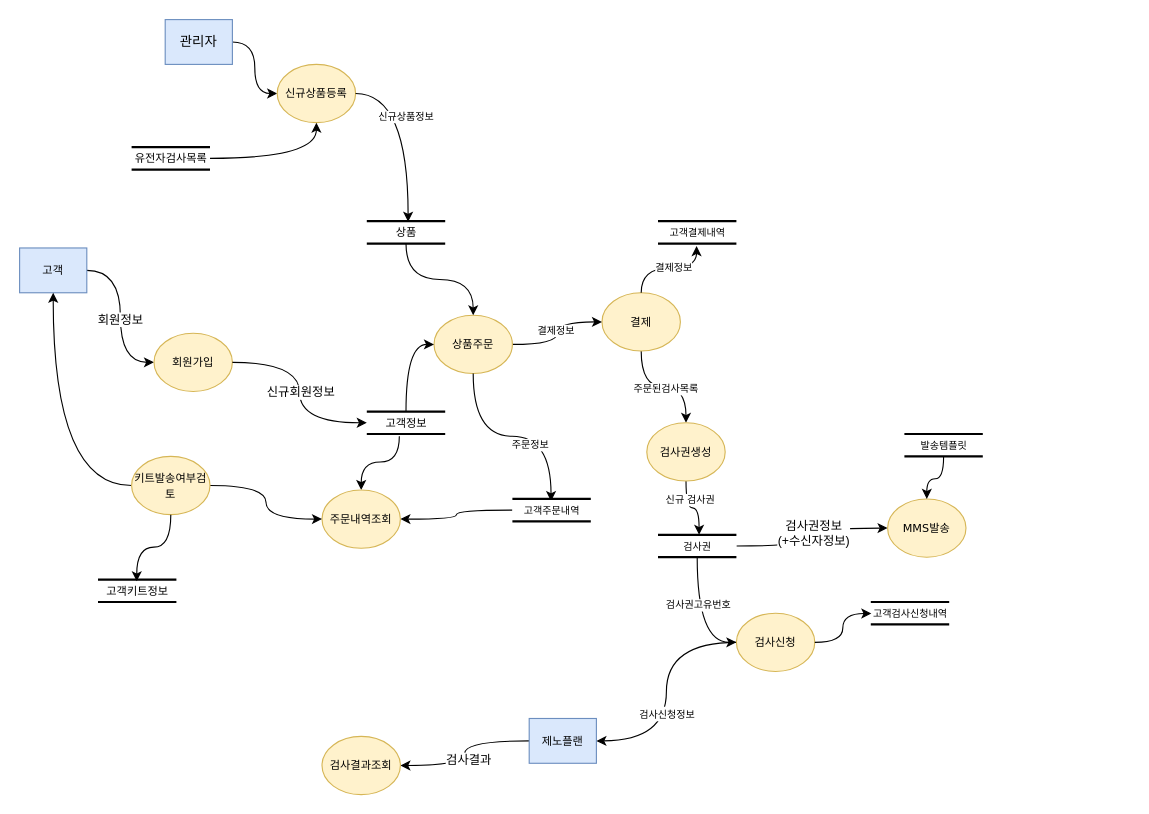
Before: DFD_제노플랜.drawio in k3srpn/Architecture, a draw.io diagram. Source tidied: cells renumbered, new cells numbered last; positions are measured from the earlier drawing's top-left corner, leaving out a move shared by most shapes. Both pictures are drawn from the tidied source at 112%, with x=0, y=0 at pixel (19, 19).
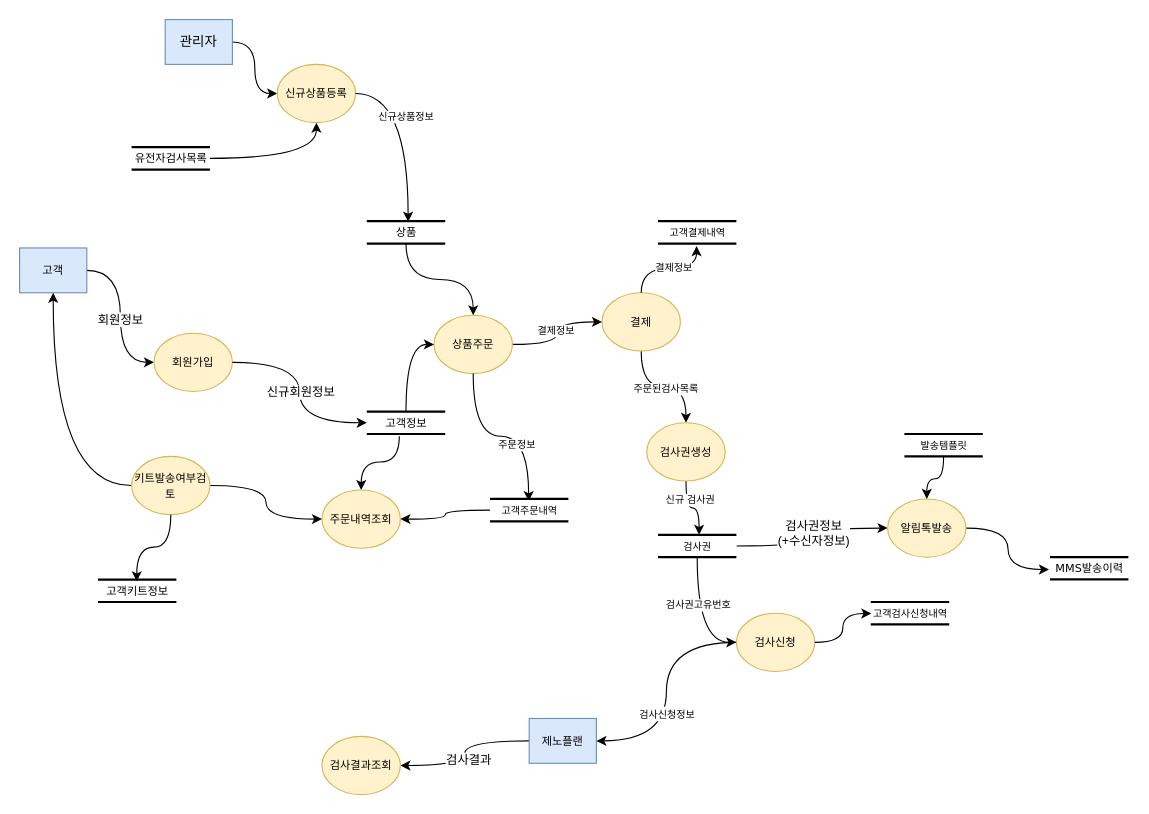
The same diagram, later.

Commit message:
MMS발송 -> 알림톡 발송 프로세스 이름 변경

Change to the diagram source:
```diff
@@
     <mxCell id="15" value="&lt;font style=&quot;font-size: 9px;&quot;&gt;고객주문내역&lt;/font&gt;" style="html=1;rounded=0;shadow=0;comic=0;labelBackgroundColor=none;strokeWidth=2;fontFamily=Verdana;fontSize=12;align=center;shape=mxgraph.ios7ui.horLines;" parent="1" vertex="1">
-      <mxGeometry x="440" y="428" width="70" height="20" as="geometry" />
+      <mxGeometry x="420" y="428" width="70" height="20" as="geometry" />
     </mxCell>
@@
+    <mxCell id="59" style="edgeStyle=orthogonalEdgeStyle;rounded=0;jettySize=auto;html=1;entryX=-0.013;entryY=0.556;entryDx=0;entryDy=0;entryPerimeter=0;curved=1;" parent="1" edge="1" source="41" target="60">
+      <mxGeometry relative="1" as="geometry" />
+    </mxCell>
-    <mxCell id="41" value="&lt;span style=&quot;font-size: 10px;&quot;&gt;MMS발송&lt;/span&gt;" style="ellipse;whiteSpace=wrap;html=1;rounded=1;shadow=0;comic=0;labelBackgroundColor=none;strokeWidth=1;fontFamily=Verdana;fontSize=12;align=center;fillColor=#fff2cc;strokeColor=#d6b656;" parent="1" vertex="1">
+    <mxCell id="41" value="&lt;span style=&quot;font-size: 10px;&quot;&gt;알림톡발송&lt;/span&gt;" style="ellipse;whiteSpace=wrap;html=1;rounded=1;shadow=0;comic=0;labelBackgroundColor=none;strokeWidth=1;fontFamily=Verdana;fontSize=12;align=center;fillColor=#fff2cc;strokeColor=#d6b656;" parent="1" vertex="1">
       <mxGeometry x="775" y="428" width="70" height="52" as="geometry" />
     </mxCell>
@@
+    <mxCell id="60" value="&lt;font size=&quot;1&quot;&gt;MMS발송이력&lt;/font&gt;" style="html=1;rounded=0;shadow=0;comic=0;labelBackgroundColor=none;strokeWidth=2;fontFamily=Verdana;fontSize=12;align=center;shape=mxgraph.ios7ui.horLines;" parent="1" vertex="1">
+      <mxGeometry x="920" y="479.9" width="70" height="20" as="geometry" />
+    </mxCell>
```
